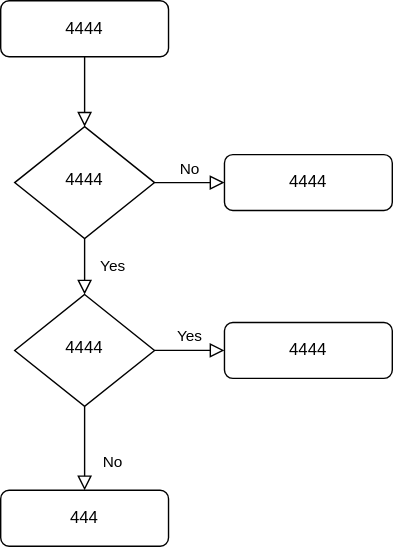
The draw.io diagram Testing_architecture_diagram.drawio.svg in svbmicro/git-draw-io-integration-testing, before a commit. Source tidied: cells renumbered, new cells last; positions are measured from the earlier drawing's top-left corner, leaving out a move shared by most shapes. Its diagram source:
```xml
<mxGraphModel>
  <root>
    <mxCell id="0" />
    <mxCell id="1" parent="0" />
    <mxCell id="2" style="rounded=0;html=1;jettySize=auto;fontSize=11;endArrow=block;endFill=0;endSize=8;strokeWidth=1;shadow=0;labelBackgroundColor=none;edgeStyle=orthogonalEdgeStyle;" parent="1" edge="1" source="3" target="6">
      <mxGeometry relative="1" as="geometry" />
    </mxCell>
    <mxCell id="3" value="4444" style="rounded=1;whiteSpace=wrap;html=1;fontSize=12;glass=0;strokeWidth=1;shadow=0;" parent="1" vertex="1">
      <mxGeometry width="120" height="40" as="geometry" />
    </mxCell>
    <mxCell id="4" value="Yes" style="rounded=0;html=1;jettySize=auto;fontSize=11;endArrow=block;endFill=0;endSize=8;strokeWidth=1;shadow=0;labelBackgroundColor=none;edgeStyle=orthogonalEdgeStyle;" parent="1" edge="1" source="6" target="10">
      <mxGeometry y="20" relative="1" as="geometry" />
    </mxCell>
    <mxCell id="5" value="No" style="edgeStyle=orthogonalEdgeStyle;rounded=0;html=1;jettySize=auto;fontSize=11;endArrow=block;endFill=0;endSize=8;strokeWidth=1;shadow=0;labelBackgroundColor=none;" parent="1" edge="1" source="6" target="7">
      <mxGeometry y="10" relative="1" as="geometry" />
    </mxCell>
    <mxCell id="6" value="4444" style="rhombus;whiteSpace=wrap;html=1;shadow=0;fontFamily=Helvetica;fontSize=12;align=center;strokeWidth=1;spacing=6;spacingTop=-4;" parent="1" vertex="1">
      <mxGeometry x="10" y="90" width="100" height="80" as="geometry" />
    </mxCell>
    <mxCell id="7" value="4444" style="rounded=1;whiteSpace=wrap;html=1;fontSize=12;glass=0;strokeWidth=1;shadow=0;" parent="1" vertex="1">
      <mxGeometry x="160" y="110" width="120" height="40" as="geometry" />
    </mxCell>
    <mxCell id="8" value="No" style="rounded=0;html=1;jettySize=auto;fontSize=11;endArrow=block;endFill=0;endSize=8;strokeWidth=1;shadow=0;labelBackgroundColor=none;edgeStyle=orthogonalEdgeStyle;" parent="1" edge="1" source="10" target="11">
      <mxGeometry x="0.33" y="20" relative="1" as="geometry" />
    </mxCell>
    <mxCell id="9" value="Yes" style="edgeStyle=orthogonalEdgeStyle;rounded=0;html=1;jettySize=auto;fontSize=11;endArrow=block;endFill=0;endSize=8;strokeWidth=1;shadow=0;labelBackgroundColor=none;" parent="1" edge="1" source="10" target="12">
      <mxGeometry y="10" relative="1" as="geometry" />
    </mxCell>
    <mxCell id="10" value="4444" style="rhombus;whiteSpace=wrap;html=1;shadow=0;fontFamily=Helvetica;fontSize=12;align=center;strokeWidth=1;spacing=6;spacingTop=-4;" parent="1" vertex="1">
      <mxGeometry x="10" y="210" width="100" height="80" as="geometry" />
    </mxCell>
    <mxCell id="11" value="444" style="rounded=1;whiteSpace=wrap;html=1;fontSize=12;glass=0;strokeWidth=1;shadow=0;" parent="1" vertex="1">
      <mxGeometry y="350" width="120" height="40" as="geometry" />
    </mxCell>
    <mxCell id="12" value="4444" style="rounded=1;whiteSpace=wrap;html=1;fontSize=12;glass=0;strokeWidth=1;shadow=0;" parent="1" vertex="1">
      <mxGeometry x="160" y="230" width="120" height="40" as="geometry" />
    </mxCell>
  </root>
</mxGraphModel>
```
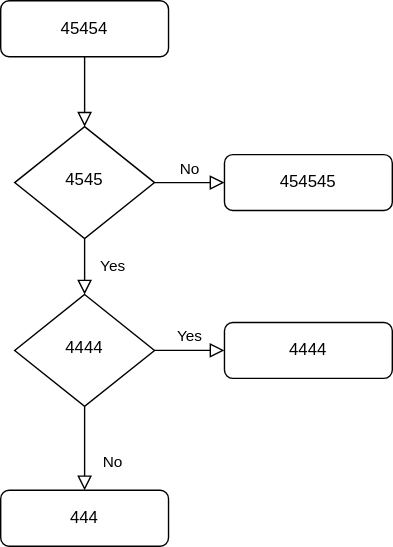
The same file after the commit.

What changed in the source:
```diff
@@ -5,7 +5,7 @@
     <mxCell id="2" style="rounded=0;html=1;jettySize=auto;fontSize=11;endArrow=block;endFill=0;endSize=8;strokeWidth=1;shadow=0;labelBackgroundColor=none;edgeStyle=orthogonalEdgeStyle;" parent="1" edge="1" source="3" target="6">
       <mxGeometry relative="1" as="geometry" />
     </mxCell>
-    <mxCell id="3" value="4444" style="rounded=1;whiteSpace=wrap;html=1;fontSize=12;glass=0;strokeWidth=1;shadow=0;" parent="1" vertex="1">
+    <mxCell id="3" value="45454" style="rounded=1;whiteSpace=wrap;html=1;fontSize=12;glass=0;strokeWidth=1;shadow=0;" parent="1" vertex="1">
       <mxGeometry width="120" height="40" as="geometry" />
     </mxCell>
     <mxCell id="4" value="Yes" style="rounded=0;html=1;jettySize=auto;fontSize=11;endArrow=block;endFill=0;endSize=8;strokeWidth=1;shadow=0;labelBackgroundColor=none;edgeStyle=orthogonalEdgeStyle;" parent="1" edge="1" source="6" target="10">
@@ -14,10 +14,10 @@
     <mxCell id="5" value="No" style="edgeStyle=orthogonalEdgeStyle;rounded=0;html=1;jettySize=auto;fontSize=11;endArrow=block;endFill=0;endSize=8;strokeWidth=1;shadow=0;labelBackgroundColor=none;" parent="1" edge="1" source="6" target="7">
       <mxGeometry y="10" relative="1" as="geometry" />
     </mxCell>
-    <mxCell id="6" value="4444" style="rhombus;whiteSpace=wrap;html=1;shadow=0;fontFamily=Helvetica;fontSize=12;align=center;strokeWidth=1;spacing=6;spacingTop=-4;" parent="1" vertex="1">
+    <mxCell id="6" value="4545" style="rhombus;whiteSpace=wrap;html=1;shadow=0;fontFamily=Helvetica;fontSize=12;align=center;strokeWidth=1;spacing=6;spacingTop=-4;" parent="1" vertex="1">
       <mxGeometry x="10" y="90" width="100" height="80" as="geometry" />
     </mxCell>
-    <mxCell id="7" value="4444" style="rounded=1;whiteSpace=wrap;html=1;fontSize=12;glass=0;strokeWidth=1;shadow=0;" parent="1" vertex="1">
+    <mxCell id="7" value="454545" style="rounded=1;whiteSpace=wrap;html=1;fontSize=12;glass=0;strokeWidth=1;shadow=0;" parent="1" vertex="1">
       <mxGeometry x="160" y="110" width="120" height="40" as="geometry" />
     </mxCell>
     <mxCell id="8" value="No" style="rounded=0;html=1;jettySize=auto;fontSize=11;endArrow=block;endFill=0;endSize=8;strokeWidth=1;shadow=0;labelBackgroundColor=none;edgeStyle=orthogonalEdgeStyle;" parent="1" edge="1" source="10" target="11">
```
